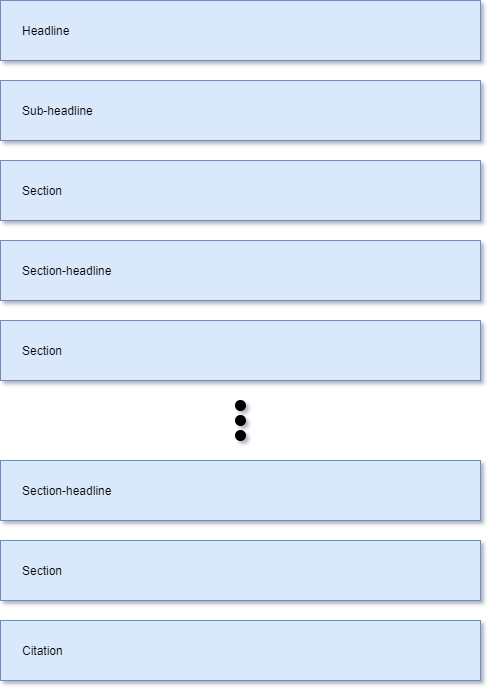
WalnutIT/LeoML-Parser keeps this draw.io diagram as draw_io/article_default_layout.png. Above is the earlier version. Source tidied: cells renumbered, new cells last; positions are measured from the earlier drawing's top-left corner, leaving out a move shared by most shapes. Source of this version:
```xml
<mxGraphModel>
  <root>
    <mxCell id="0" />
    <mxCell id="1" parent="0" />
    <mxCell id="2" style="group;fillColor=#dae8fc;strokeColor=none;" parent="1" vertex="1">
      <mxGeometry y="80" width="480" height="60" as="geometry" />
    </mxCell>
    <mxCell id="3" style="rounded=0;whiteSpace=wrap;html=1;align=left;fillColor=#dae8fc;strokeColor=#6c8ebf;" parent="2" vertex="1">
      <mxGeometry width="480" height="60" as="geometry" />
    </mxCell>
    <mxCell id="4" value="Sub-headline" style="text;html=1;strokeColor=none;fillColor=#dae8fc;align=left;verticalAlign=middle;whiteSpace=wrap;rounded=0;" parent="2" vertex="1">
      <mxGeometry x="20" y="20" width="140" height="20" as="geometry" />
    </mxCell>
    <mxCell id="5" style="group;fillColor=#dae8fc;strokeColor=#6c8ebf;" parent="1" vertex="1">
      <mxGeometry width="480" height="60" as="geometry" />
    </mxCell>
    <mxCell id="6" style="rounded=0;whiteSpace=wrap;html=1;fillColor=#dae8fc;strokeColor=#6c8ebf;" parent="5" vertex="1">
      <mxGeometry width="480" height="60" as="geometry" />
    </mxCell>
    <mxCell id="7" value="Headline" style="text;html=1;strokeColor=none;fillColor=#dae8fc;align=left;verticalAlign=middle;whiteSpace=wrap;rounded=0;" parent="5" vertex="1">
      <mxGeometry x="20" y="20" width="140" height="20" as="geometry" />
    </mxCell>
    <mxCell id="8" style="group;fillColor=#dae8fc;strokeColor=none;" parent="1" vertex="1">
      <mxGeometry y="160" width="480" height="60" as="geometry" />
    </mxCell>
    <mxCell id="9" style="group;" parent="8" vertex="1">
      <mxGeometry width="480" height="60" as="geometry" />
    </mxCell>
    <mxCell id="10" style="rounded=0;whiteSpace=wrap;html=1;align=left;fillColor=#dae8fc;strokeColor=#6c8ebf;" parent="9" vertex="1">
      <mxGeometry width="480" height="60" as="geometry" />
    </mxCell>
    <mxCell id="11" value="Section" style="text;html=1;strokeColor=none;fillColor=#dae8fc;align=left;verticalAlign=middle;whiteSpace=wrap;rounded=0;" parent="9" vertex="1">
      <mxGeometry x="20" y="20" width="140" height="20" as="geometry" />
    </mxCell>
    <mxCell id="12" style="group;" parent="1" vertex="1">
      <mxGeometry y="240" width="480" height="60" as="geometry" />
    </mxCell>
    <mxCell id="13" style="rounded=0;whiteSpace=wrap;html=1;align=left;fillColor=#dae8fc;strokeColor=#6c8ebf;" parent="12" vertex="1">
      <mxGeometry width="480" height="60" as="geometry" />
    </mxCell>
    <mxCell id="14" value="Section-headline" style="text;html=1;strokeColor=none;fillColor=#dae8fc;align=left;verticalAlign=middle;whiteSpace=wrap;rounded=0;" parent="12" vertex="1">
      <mxGeometry x="20" y="20" width="140" height="20" as="geometry" />
    </mxCell>
    <mxCell id="15" style="group;fillColor=#dae8fc;strokeColor=none;" parent="1" vertex="1">
      <mxGeometry y="320" width="480" height="60" as="geometry" />
    </mxCell>
    <mxCell id="16" style="group;" parent="15" vertex="1">
      <mxGeometry width="480" height="60" as="geometry" />
    </mxCell>
    <mxCell id="17" style="rounded=0;whiteSpace=wrap;html=1;align=left;fillColor=#dae8fc;strokeColor=#6c8ebf;" parent="16" vertex="1">
      <mxGeometry width="480" height="60" as="geometry" />
    </mxCell>
    <mxCell id="18" value="Section" style="text;html=1;strokeColor=none;fillColor=#dae8fc;align=left;verticalAlign=middle;whiteSpace=wrap;rounded=0;" parent="16" vertex="1">
      <mxGeometry x="20" y="20" width="140" height="20" as="geometry" />
    </mxCell>
    <mxCell id="19" style="ellipse;whiteSpace=wrap;html=1;fillColor=#000000;align=left;" parent="1" vertex="1">
      <mxGeometry x="235" y="400" width="10" height="10" as="geometry" />
    </mxCell>
    <mxCell id="20" style="ellipse;whiteSpace=wrap;html=1;fillColor=#000000;align=left;" parent="1" vertex="1">
      <mxGeometry x="235" y="415" width="10" height="10" as="geometry" />
    </mxCell>
    <mxCell id="21" style="ellipse;whiteSpace=wrap;html=1;fillColor=#000000;align=left;" parent="1" vertex="1">
      <mxGeometry x="235" y="430" width="10" height="10" as="geometry" />
    </mxCell>
    <mxCell id="22" style="group;" parent="1" vertex="1">
      <mxGeometry y="460" width="480" height="60" as="geometry" />
    </mxCell>
    <mxCell id="23" style="rounded=0;whiteSpace=wrap;html=1;align=left;fillColor=#dae8fc;strokeColor=#6c8ebf;" parent="22" vertex="1">
      <mxGeometry width="480" height="60" as="geometry" />
    </mxCell>
    <mxCell id="24" value="Section-headline" style="text;html=1;strokeColor=none;fillColor=#dae8fc;align=left;verticalAlign=middle;whiteSpace=wrap;rounded=0;" parent="22" vertex="1">
      <mxGeometry x="20" y="20" width="140" height="20" as="geometry" />
    </mxCell>
    <mxCell id="25" style="group;fillColor=#dae8fc;strokeColor=none;" parent="1" vertex="1">
      <mxGeometry y="540" width="480" height="60" as="geometry" />
    </mxCell>
    <mxCell id="26" style="group;" parent="25" vertex="1">
      <mxGeometry width="480" height="60" as="geometry" />
    </mxCell>
    <mxCell id="27" style="rounded=0;whiteSpace=wrap;html=1;align=left;fillColor=#dae8fc;strokeColor=#6c8ebf;" parent="26" vertex="1">
      <mxGeometry width="480" height="60" as="geometry" />
    </mxCell>
    <mxCell id="28" value="Section" style="text;html=1;strokeColor=none;fillColor=#dae8fc;align=left;verticalAlign=middle;whiteSpace=wrap;rounded=0;" parent="26" vertex="1">
      <mxGeometry x="20" y="20" width="140" height="20" as="geometry" />
    </mxCell>
    <mxCell id="29" style="group;fillColor=#dae8fc;strokeColor=none;" parent="1" vertex="1">
      <mxGeometry y="620" width="480" height="60" as="geometry" />
    </mxCell>
    <mxCell id="30" style="group;" parent="29" vertex="1">
      <mxGeometry width="480" height="60" as="geometry" />
    </mxCell>
    <mxCell id="31" style="rounded=0;whiteSpace=wrap;html=1;align=left;fillColor=#dae8fc;strokeColor=#6c8ebf;" parent="30" vertex="1">
      <mxGeometry width="480" height="60" as="geometry" />
    </mxCell>
    <mxCell id="32" value="Citation" style="text;html=1;strokeColor=none;fillColor=#dae8fc;align=left;verticalAlign=middle;whiteSpace=wrap;rounded=0;" parent="30" vertex="1">
      <mxGeometry x="20" y="20" width="140" height="20" as="geometry" />
    </mxCell>
  </root>
</mxGraphModel>
```
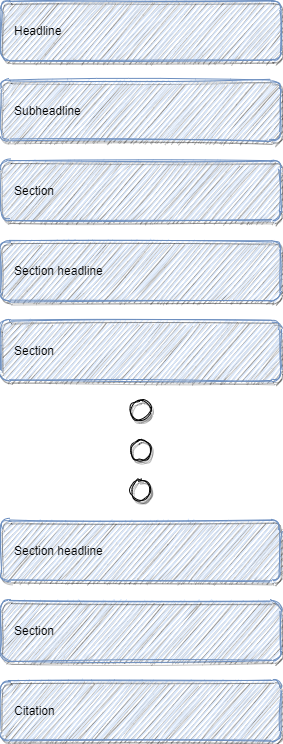
After the change.

Commit message:
added new article template example image

The edit, as a diff of the source:
```diff
@@ -2,98 +2,38 @@
   <root>
     <mxCell id="0" />
     <mxCell id="1" parent="0" />
-    <mxCell id="2" style="group;fillColor=#dae8fc;strokeColor=none;" parent="1" vertex="1">
-      <mxGeometry y="80" width="480" height="60" as="geometry" />
-    </mxCell>
-    <mxCell id="3" style="rounded=0;whiteSpace=wrap;html=1;align=left;fillColor=#dae8fc;strokeColor=#6c8ebf;" parent="2" vertex="1">
-      <mxGeometry width="480" height="60" as="geometry" />
-    </mxCell>
-    <mxCell id="4" value="Sub-headline" style="text;html=1;strokeColor=none;fillColor=#dae8fc;align=left;verticalAlign=middle;whiteSpace=wrap;rounded=0;" parent="2" vertex="1">
-      <mxGeometry x="20" y="20" width="140" height="20" as="geometry" />
-    </mxCell>
-    <mxCell id="5" style="group;fillColor=#dae8fc;strokeColor=#6c8ebf;" parent="1" vertex="1">
-      <mxGeometry width="480" height="60" as="geometry" />
-    </mxCell>
-    <mxCell id="6" style="rounded=0;whiteSpace=wrap;html=1;fillColor=#dae8fc;strokeColor=#6c8ebf;" parent="5" vertex="1">
-      <mxGeometry width="480" height="60" as="geometry" />
-    </mxCell>
-    <mxCell id="7" value="Headline" style="text;html=1;strokeColor=none;fillColor=#dae8fc;align=left;verticalAlign=middle;whiteSpace=wrap;rounded=0;" parent="5" vertex="1">
-      <mxGeometry x="20" y="20" width="140" height="20" as="geometry" />
+    <mxCell id="7" value="Headline" style="rounded=1;whiteSpace=wrap;html=1;fillColor=#dae8fc;strokeColor=#6c8ebf;align=left;labelPosition=center;verticalLabelPosition=middle;verticalAlign=middle;spacingLeft=12;shadow=1;glass=0;comic=1;" parent="1" vertex="1">
+      <mxGeometry x="-160" y="80" width="280" height="60" as="geometry" />
     </mxCell>
-    <mxCell id="8" style="group;fillColor=#dae8fc;strokeColor=none;" parent="1" vertex="1">
-      <mxGeometry y="160" width="480" height="60" as="geometry" />
-    </mxCell>
-    <mxCell id="9" style="group;" parent="8" vertex="1">
-      <mxGeometry width="480" height="60" as="geometry" />
-    </mxCell>
-    <mxCell id="10" style="rounded=0;whiteSpace=wrap;html=1;align=left;fillColor=#dae8fc;strokeColor=#6c8ebf;" parent="9" vertex="1">
-      <mxGeometry width="480" height="60" as="geometry" />
-    </mxCell>
-    <mxCell id="11" value="Section" style="text;html=1;strokeColor=none;fillColor=#dae8fc;align=left;verticalAlign=middle;whiteSpace=wrap;rounded=0;" parent="9" vertex="1">
-      <mxGeometry x="20" y="20" width="140" height="20" as="geometry" />
-    </mxCell>
-    <mxCell id="12" style="group;" parent="1" vertex="1">
-      <mxGeometry y="240" width="480" height="60" as="geometry" />
-    </mxCell>
-    <mxCell id="13" style="rounded=0;whiteSpace=wrap;html=1;align=left;fillColor=#dae8fc;strokeColor=#6c8ebf;" parent="12" vertex="1">
-      <mxGeometry width="480" height="60" as="geometry" />
-    </mxCell>
-    <mxCell id="14" value="Section-headline" style="text;html=1;strokeColor=none;fillColor=#dae8fc;align=left;verticalAlign=middle;whiteSpace=wrap;rounded=0;" parent="12" vertex="1">
-      <mxGeometry x="20" y="20" width="140" height="20" as="geometry" />
-    </mxCell>
-    <mxCell id="15" style="group;fillColor=#dae8fc;strokeColor=none;" parent="1" vertex="1">
-      <mxGeometry y="320" width="480" height="60" as="geometry" />
-    </mxCell>
-    <mxCell id="16" style="group;" parent="15" vertex="1">
-      <mxGeometry width="480" height="60" as="geometry" />
-    </mxCell>
-    <mxCell id="17" style="rounded=0;whiteSpace=wrap;html=1;align=left;fillColor=#dae8fc;strokeColor=#6c8ebf;" parent="16" vertex="1">
-      <mxGeometry width="480" height="60" as="geometry" />
-    </mxCell>
-    <mxCell id="18" value="Section" style="text;html=1;strokeColor=none;fillColor=#dae8fc;align=left;verticalAlign=middle;whiteSpace=wrap;rounded=0;" parent="16" vertex="1">
-      <mxGeometry x="20" y="20" width="140" height="20" as="geometry" />
-    </mxCell>
-    <mxCell id="19" style="ellipse;whiteSpace=wrap;html=1;fillColor=#000000;align=left;" parent="1" vertex="1">
-      <mxGeometry x="235" y="400" width="10" height="10" as="geometry" />
-    </mxCell>
-    <mxCell id="20" style="ellipse;whiteSpace=wrap;html=1;fillColor=#000000;align=left;" parent="1" vertex="1">
-      <mxGeometry x="235" y="415" width="10" height="10" as="geometry" />
-    </mxCell>
-    <mxCell id="21" style="ellipse;whiteSpace=wrap;html=1;fillColor=#000000;align=left;" parent="1" vertex="1">
-      <mxGeometry x="235" y="430" width="10" height="10" as="geometry" />
-    </mxCell>
-    <mxCell id="22" style="group;" parent="1" vertex="1">
-      <mxGeometry y="460" width="480" height="60" as="geometry" />
-    </mxCell>
-    <mxCell id="23" style="rounded=0;whiteSpace=wrap;html=1;align=left;fillColor=#dae8fc;strokeColor=#6c8ebf;" parent="22" vertex="1">
-      <mxGeometry width="480" height="60" as="geometry" />
-    </mxCell>
-    <mxCell id="24" value="Section-headline" style="text;html=1;strokeColor=none;fillColor=#dae8fc;align=left;verticalAlign=middle;whiteSpace=wrap;rounded=0;" parent="22" vertex="1">
-      <mxGeometry x="20" y="20" width="140" height="20" as="geometry" />
-    </mxCell>
-    <mxCell id="25" style="group;fillColor=#dae8fc;strokeColor=none;" parent="1" vertex="1">
-      <mxGeometry y="540" width="480" height="60" as="geometry" />
-    </mxCell>
-    <mxCell id="26" style="group;" parent="25" vertex="1">
-      <mxGeometry width="480" height="60" as="geometry" />
-    </mxCell>
-    <mxCell id="27" style="rounded=0;whiteSpace=wrap;html=1;align=left;fillColor=#dae8fc;strokeColor=#6c8ebf;" parent="26" vertex="1">
-      <mxGeometry width="480" height="60" as="geometry" />
-    </mxCell>
-    <mxCell id="28" value="Section" style="text;html=1;strokeColor=none;fillColor=#dae8fc;align=left;verticalAlign=middle;whiteSpace=wrap;rounded=0;" parent="26" vertex="1">
-      <mxGeometry x="20" y="20" width="140" height="20" as="geometry" />
-    </mxCell>
-    <mxCell id="29" style="group;fillColor=#dae8fc;strokeColor=none;" parent="1" vertex="1">
-      <mxGeometry y="620" width="480" height="60" as="geometry" />
-    </mxCell>
-    <mxCell id="30" style="group;" parent="29" vertex="1">
-      <mxGeometry width="480" height="60" as="geometry" />
-    </mxCell>
-    <mxCell id="31" style="rounded=0;whiteSpace=wrap;html=1;align=left;fillColor=#dae8fc;strokeColor=#6c8ebf;" parent="30" vertex="1">
-      <mxGeometry width="480" height="60" as="geometry" />
-    </mxCell>
+    <mxCell id="33" value="Subheadline" style="rounded=1;whiteSpace=wrap;html=1;fillColor=#dae8fc;strokeColor=#6c8ebf;align=left;labelPosition=center;verticalLabelPosition=middle;verticalAlign=middle;spacingLeft=12;shadow=1;glass=0;comic=1;" parent="1" vertex="1">
+      <mxGeometry x="-160" y="160" width="280" height="60" as="geometry" />
+    </mxCell>
+    <mxCell id="34" value="Section" style="rounded=1;whiteSpace=wrap;html=1;fillColor=#dae8fc;strokeColor=#6c8ebf;align=left;labelPosition=center;verticalLabelPosition=middle;verticalAlign=middle;spacingLeft=12;shadow=1;glass=0;comic=1;" parent="1" vertex="1">
+      <mxGeometry x="-160" y="240" width="280" height="60" as="geometry" />
+    </mxCell>
+    <mxCell id="35" value="Section headline" style="rounded=1;whiteSpace=wrap;html=1;fillColor=#dae8fc;strokeColor=#6c8ebf;align=left;labelPosition=center;verticalLabelPosition=middle;verticalAlign=middle;spacingLeft=12;shadow=1;glass=0;comic=1;" parent="1" vertex="1">
+      <mxGeometry x="-160" y="320" width="280" height="60" as="geometry" />
+    </mxCell>
+    <mxCell id="36" value="Section" style="rounded=1;whiteSpace=wrap;html=1;fillColor=#dae8fc;strokeColor=#6c8ebf;align=left;labelPosition=center;verticalLabelPosition=middle;verticalAlign=middle;spacingLeft=12;shadow=1;glass=0;comic=1;" parent="1" vertex="1">
+      <mxGeometry x="-160" y="400" width="280" height="60" as="geometry" />
+    </mxCell>
+    <mxCell id="37" style="ellipse;whiteSpace=wrap;html=1;rounded=1;shadow=1;glass=0;comic=1;align=left;" parent="1" vertex="1">
+      <mxGeometry x="-29.8" y="480" width="19.7" height="19.7" as="geometry" />
+    </mxCell>
+    <mxCell id="38" style="ellipse;whiteSpace=wrap;html=1;rounded=1;shadow=1;glass=0;comic=1;align=left;" parent="1" vertex="1">
+      <mxGeometry x="-29.8" y="560" width="19.7" height="19.7" as="geometry" />
+    </mxCell>
+    <mxCell id="39" style="ellipse;whiteSpace=wrap;html=1;rounded=1;shadow=1;glass=0;comic=1;align=left;" parent="1" vertex="1">
+      <mxGeometry x="-29.8" y="520" width="19.7" height="19.7" as="geometry" />
+    </mxCell>
+    <mxCell id="40" value="Section headline" style="rounded=1;whiteSpace=wrap;html=1;fillColor=#dae8fc;strokeColor=#6c8ebf;align=left;labelPosition=center;verticalLabelPosition=middle;verticalAlign=middle;spacingLeft=12;shadow=1;glass=0;comic=1;" parent="1" vertex="1">
+      <mxGeometry x="-160" y="600" width="280" height="60" as="geometry" />
+    </mxCell>
+    <mxCell id="41" value="Section" style="rounded=1;whiteSpace=wrap;html=1;fillColor=#dae8fc;strokeColor=#6c8ebf;align=left;labelPosition=center;verticalLabelPosition=middle;verticalAlign=middle;spacingLeft=12;shadow=1;glass=0;comic=1;" parent="1" vertex="1">
+      <mxGeometry x="-160" y="680" width="280" height="60" as="geometry" />
+    </mxCell>
-    <mxCell id="32" value="Citation" style="text;html=1;strokeColor=none;fillColor=#dae8fc;align=left;verticalAlign=middle;whiteSpace=wrap;rounded=0;" parent="30" vertex="1">
-      <mxGeometry x="20" y="20" width="140" height="20" as="geometry" />
+    <mxCell id="32" value="Citation" style="rounded=1;whiteSpace=wrap;html=1;fillColor=#dae8fc;strokeColor=#6c8ebf;align=left;labelPosition=center;verticalLabelPosition=middle;verticalAlign=middle;spacingLeft=12;shadow=1;glass=0;comic=1;" parent="1" vertex="1">
+      <mxGeometry x="-160" y="760" width="280" height="60" as="geometry" />
     </mxCell>
   </root>
 </mxGraphModel>
```
